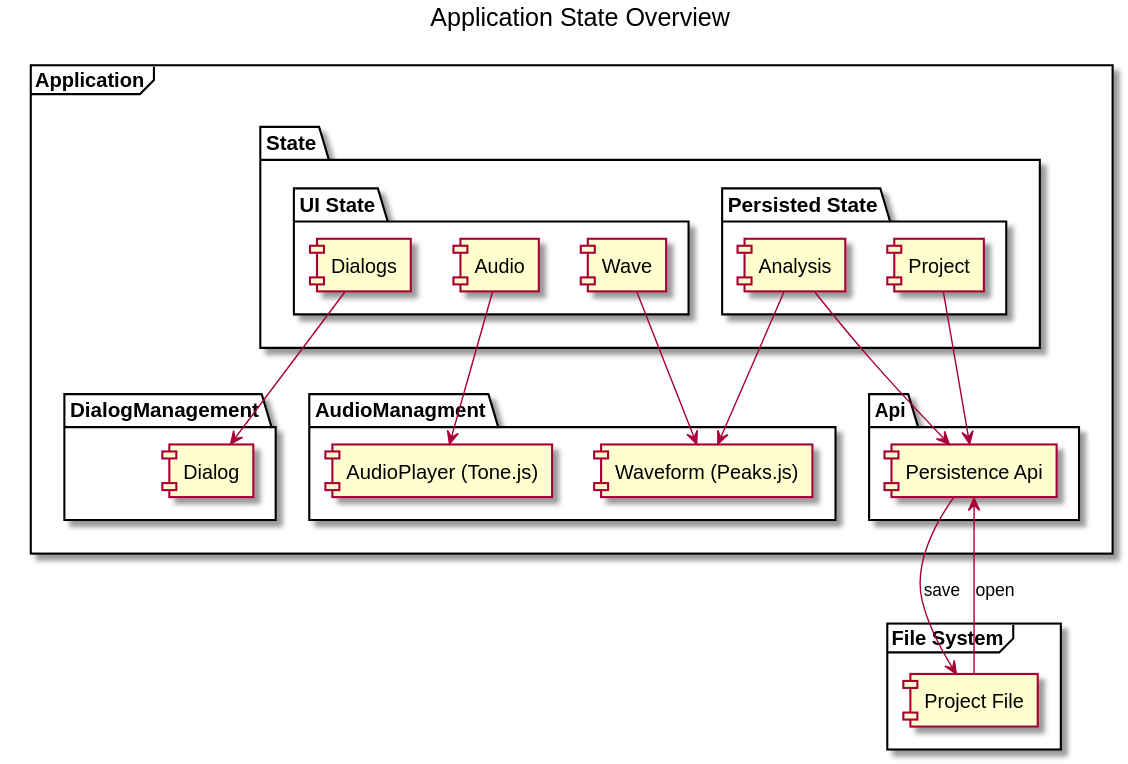
Earlier version of the PlantUML export doc/diagrams/out/state.wsd.svg (tscz/transcribe). Its diagram source:
```plantuml
@startuml Application State Overview

title     Application State Overview

frame "Application" {

    package State {
        package "UI State" {
            [Wave]
            [Dialogs]
            [Audio]
        }
        package "Persisted State" {
            [Analysis]
            [Project]
        }
    }

    package AudioManagment {
        [AudioPlayer (Tone.js)]
        [Waveform (Peaks.js)]
    }

    package DialogManagement {
        [Dialog]
    }

    package  Api {
        [Persistence Api]
    }

}

frame "File System" {
    [Project File]
}

[Project] --> [Persistence Api]
[Analysis] --> [Persistence Api]
[Persistence Api] --> [Project File] : save
[Persistence Api] <-- [Project File] : open
[Dialogs] --> [Dialog]
[Wave] --> [Waveform (Peaks.js)]
[Analysis] --> [Waveform (Peaks.js)]
[Audio] --> [AudioPlayer (Tone.js)]

@enduml
```
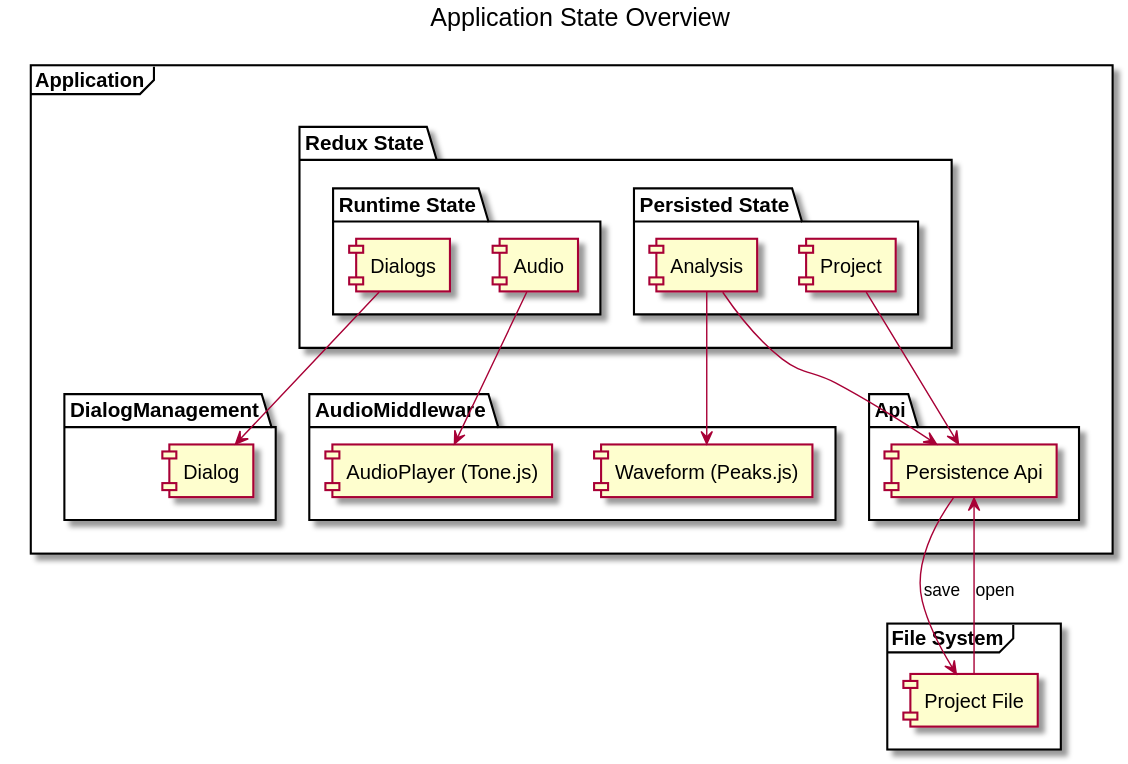
The same diagram one commit later.

Diff of the diagram source:
```diff
@@ -4,9 +4,8 @@
 
 frame "Application" {
 
-    package State {
-        package "UI State" {
-            [Wave]
+    package "Redux State" {
+        package "Runtime State" {
             [Dialogs]
             [Audio]
         }
@@ -16,7 +15,7 @@
         }
     }
 
-    package AudioManagment {
+    package AudioMiddleware {
         [AudioPlayer (Tone.js)]
         [Waveform (Peaks.js)]
     }
@@ -40,7 +39,6 @@
 [Persistence Api] --> [Project File] : save
 [Persistence Api] <-- [Project File] : open
 [Dialogs] --> [Dialog]
-[Wave] --> [Waveform (Peaks.js)]
 [Analysis] --> [Waveform (Peaks.js)]
 [Audio] --> [AudioPlayer (Tone.js)]
 
```
